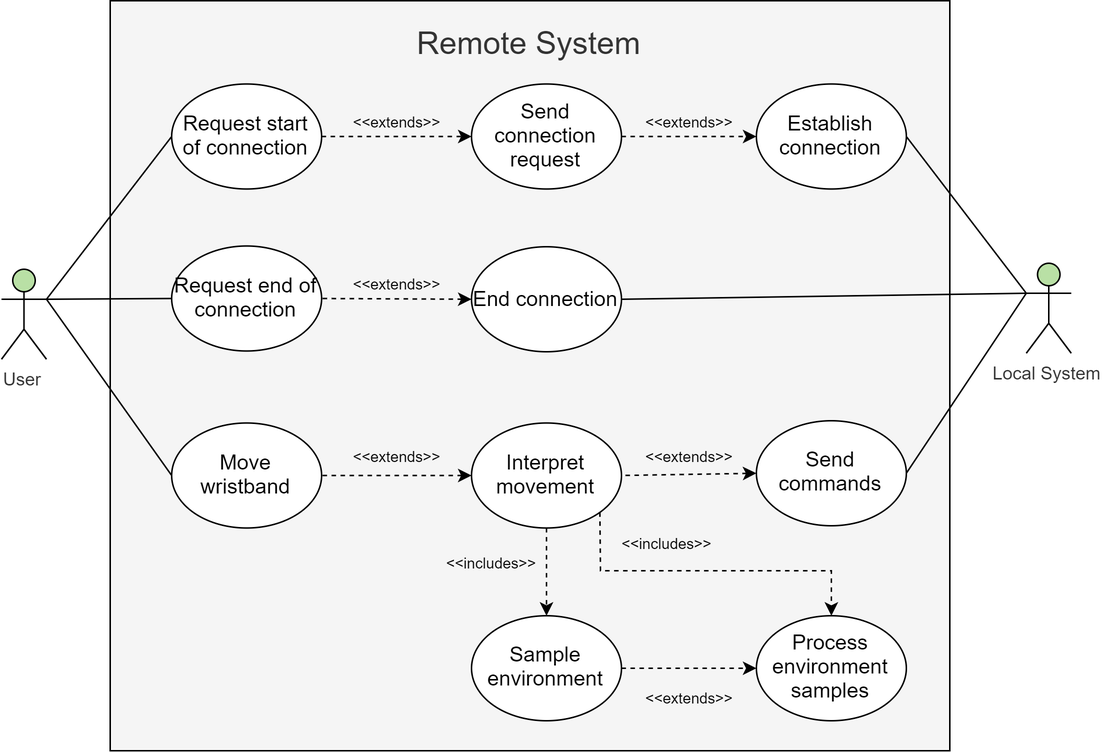
Above: 2. Analysis/5. System Analysis/Remote/Use Case/use_case_remote.png in esrg-silent-howl/zephyrus (draw.io), before the change. Source tidied: cells renumbered, new cells last; positions are measured from the earlier drawing's top-left corner, leaving out a move shared by most shapes.
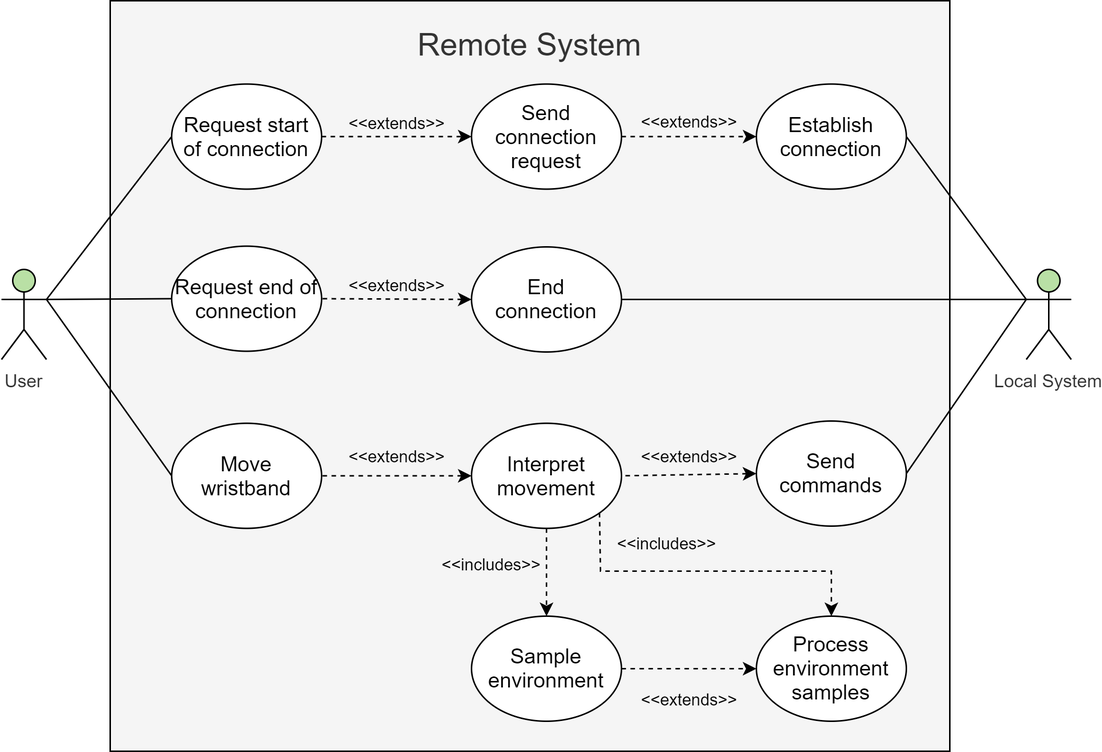
After the change.

Commit message:
FIX: Use Case Diagrams

Diff of the diagram source:
```diff
@@ -24,9 +24,9 @@
       <mxGeometry x="504" y="280" width="100" height="70" as="geometry" />
     </mxCell>
     <mxCell id="9" value="Local System" style="shape=umlActor;verticalLabelPosition=bottom;verticalAlign=top;html=1;outlineConnect=0;fontColor=#333333;fillColor=#B9E0A5;" parent="1" vertex="1">
-      <mxGeometry x="684" y="175" width="30" height="60" as="geometry" />
+      <mxGeometry x="684" y="179" width="30" height="60" as="geometry" />
     </mxCell>
-    <mxCell id="10" value="&amp;lt;&amp;lt;extends&amp;gt;&amp;gt;" style="text;html=1;strokeColor=none;fillColor=none;align=center;verticalAlign=middle;whiteSpace=wrap;rounded=0;fontSize=10;rotation=0;" parent="1" vertex="1">
+    <mxCell id="10" value="&amp;lt;&amp;lt;extends&amp;gt;&amp;gt;" style="text;html=1;strokeColor=none;fillColor=none;align=center;verticalAlign=middle;whiteSpace=wrap;rounded=0;fontSize=11;rotation=0;" parent="1" vertex="1">
       <mxGeometry x="244" y="71" width="40" height="20" as="geometry" />
     </mxCell>
     <mxCell id="11" value="Move wristband" style="ellipse;whiteSpace=wrap;html=1;fontSize=14;" parent="1" vertex="1">
@@ -64,7 +64,7 @@
     <mxCell id="20" value="Establish connection" style="ellipse;whiteSpace=wrap;html=1;fontSize=14;" parent="1" vertex="1">
       <mxGeometry x="504" y="55.5" width="100" height="70" as="geometry" />
     </mxCell>
-    <mxCell id="21" value="&amp;lt;&amp;lt;extends&amp;gt;&amp;gt;" style="text;html=1;strokeColor=none;fillColor=none;align=center;verticalAlign=middle;whiteSpace=wrap;rounded=0;fontSize=10;rotation=0;" parent="1" vertex="1">
+    <mxCell id="21" value="&amp;lt;&amp;lt;extends&amp;gt;&amp;gt;" style="text;html=1;strokeColor=none;fillColor=none;align=center;verticalAlign=middle;whiteSpace=wrap;rounded=0;fontSize=11;rotation=0;" parent="1" vertex="1">
       <mxGeometry x="439" y="70.5" width="40" height="20" as="geometry" />
     </mxCell>
     <mxCell id="22" style="edgeStyle=none;rounded=0;jettySize=auto;html=1;exitX=1;exitY=0.5;exitDx=0;exitDy=0;entryX=0;entryY=0.5;entryDx=0;entryDy=0;dashed=1;startArrow=none;startFill=0;endArrow=classic;endFill=1;" parent="1" edge="1" source="23" target="24">
@@ -76,22 +76,22 @@
     <mxCell id="24" value="Process environment samples" style="ellipse;whiteSpace=wrap;html=1;fontSize=14;" parent="1" vertex="1">
       <mxGeometry x="504" y="410" width="100" height="70" as="geometry" />
     </mxCell>
-    <mxCell id="25" value="&amp;lt;&amp;lt;extends&amp;gt;&amp;gt;" style="text;html=1;strokeColor=none;fillColor=none;align=center;verticalAlign=middle;whiteSpace=wrap;rounded=0;fontSize=10;rotation=0;" parent="1" vertex="1">
+    <mxCell id="25" value="&amp;lt;&amp;lt;extends&amp;gt;&amp;gt;" style="text;html=1;strokeColor=none;fillColor=none;align=center;verticalAlign=middle;whiteSpace=wrap;rounded=0;fontSize=11;rotation=0;" parent="1" vertex="1">
       <mxGeometry x="244" y="179" width="40" height="20" as="geometry" />
     </mxCell>
-    <mxCell id="26" value="&amp;lt;&amp;lt;includes&amp;gt;&amp;gt;" style="text;html=1;strokeColor=none;fillColor=none;align=center;verticalAlign=middle;whiteSpace=wrap;rounded=0;fontSize=10;rotation=0;" parent="1" vertex="1">
+    <mxCell id="26" value="&amp;lt;&amp;lt;includes&amp;gt;&amp;gt;" style="text;html=1;strokeColor=none;fillColor=none;align=center;verticalAlign=middle;whiteSpace=wrap;rounded=0;fontSize=11;rotation=0;" parent="1" vertex="1">
       <mxGeometry x="417" y="351.5" width="54" height="20" as="geometry" />
     </mxCell>
-    <mxCell id="27" value="&amp;lt;&amp;lt;includes&amp;gt;&amp;gt;" style="text;html=1;strokeColor=none;fillColor=none;align=center;verticalAlign=middle;whiteSpace=wrap;rounded=0;fontSize=10;rotation=0;" parent="1" vertex="1">
+    <mxCell id="27" value="&amp;lt;&amp;lt;includes&amp;gt;&amp;gt;" style="text;html=1;strokeColor=none;fillColor=none;align=center;verticalAlign=middle;whiteSpace=wrap;rounded=0;fontSize=11;rotation=0;" parent="1" vertex="1">
       <mxGeometry x="300" y="365" width="54" height="20" as="geometry" />
     </mxCell>
-    <mxCell id="28" value="&amp;lt;&amp;lt;extends&amp;gt;&amp;gt;" style="text;html=1;strokeColor=none;fillColor=none;align=center;verticalAlign=middle;whiteSpace=wrap;rounded=0;fontSize=10;rotation=0;" parent="1" vertex="1">
+    <mxCell id="28" value="&amp;lt;&amp;lt;extends&amp;gt;&amp;gt;" style="text;html=1;strokeColor=none;fillColor=none;align=center;verticalAlign=middle;whiteSpace=wrap;rounded=0;fontSize=11;rotation=0;" parent="1" vertex="1">
       <mxGeometry x="432" y="455" width="54" height="20" as="geometry" />
     </mxCell>
-    <mxCell id="29" value="&amp;lt;&amp;lt;extends&amp;gt;&amp;gt;" style="text;html=1;strokeColor=none;fillColor=none;align=center;verticalAlign=middle;whiteSpace=wrap;rounded=0;fontSize=10;rotation=0;" parent="1" vertex="1">
+    <mxCell id="29" value="&amp;lt;&amp;lt;extends&amp;gt;&amp;gt;" style="text;html=1;strokeColor=none;fillColor=none;align=center;verticalAlign=middle;whiteSpace=wrap;rounded=0;fontSize=11;rotation=0;" parent="1" vertex="1">
       <mxGeometry x="432" y="293.5" width="54" height="20" as="geometry" />
     </mxCell>
-    <mxCell id="30" value="&amp;lt;&amp;lt;extends&amp;gt;&amp;gt;" style="text;html=1;strokeColor=none;fillColor=none;align=center;verticalAlign=middle;whiteSpace=wrap;rounded=0;fontSize=10;rotation=0;" parent="1" vertex="1">
+    <mxCell id="30" value="&amp;lt;&amp;lt;extends&amp;gt;&amp;gt;" style="text;html=1;strokeColor=none;fillColor=none;align=center;verticalAlign=middle;whiteSpace=wrap;rounded=0;fontSize=11;rotation=0;" parent="1" vertex="1">
       <mxGeometry x="237" y="293.5" width="54" height="20" as="geometry" />
     </mxCell>
     <mxCell id="31" style="edgeStyle=none;rounded=0;jettySize=auto;html=1;exitX=0;exitY=0.5;exitDx=0;exitDy=0;entryX=1;entryY=0.3333333333333333;entryDx=0;entryDy=0;entryPerimeter=0;startArrow=none;startFill=0;endArrow=none;endFill=0;" parent="1" edge="1" source="5" target="3">
```
